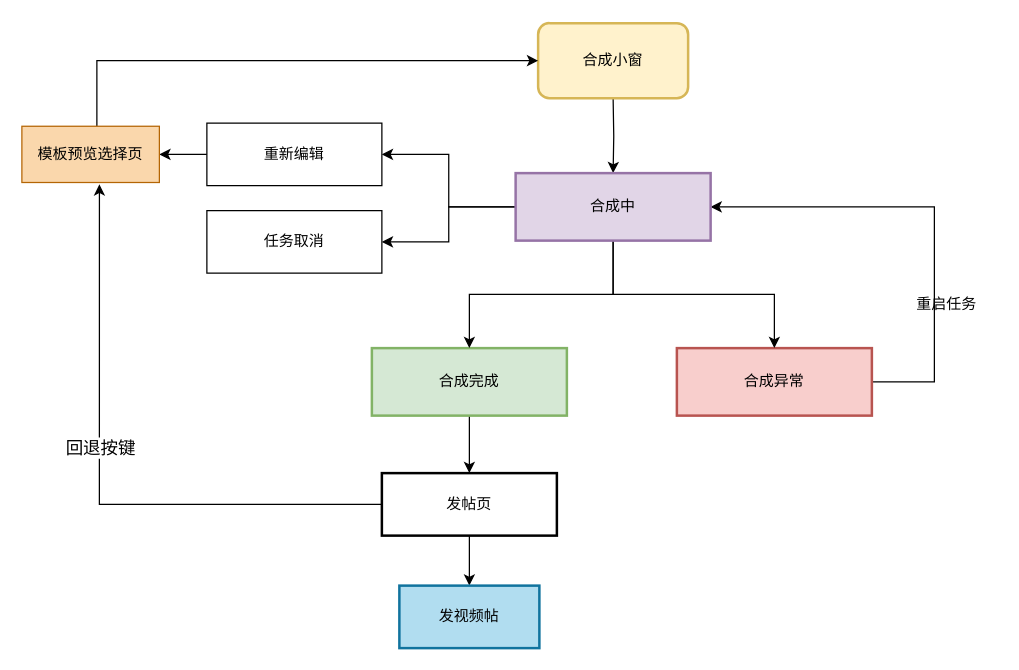
The draw.io diagram 合成小窗.drawio in Qdecember/drawIO, before the edit. Source tidied: cells renumbered, new cells numbered last; positions are measured from the earlier drawing's top-left corner, leaving out a move shared by most shapes. Both pictures are drawn from the tidied source at 125%, with x=0, y=0 at pixel (21, 22).
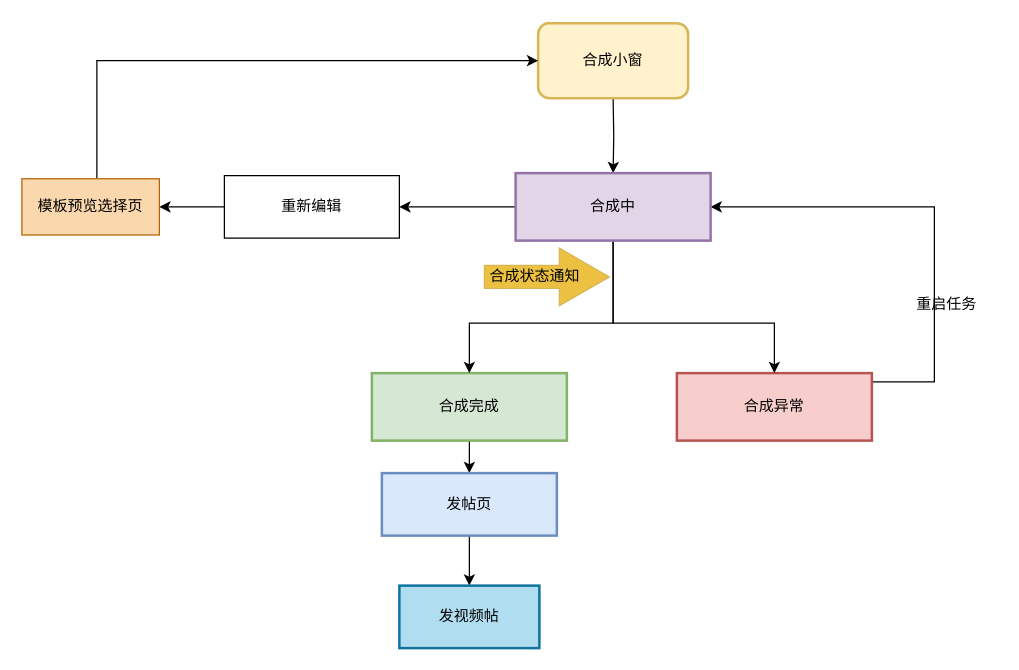
After the change.

Commit message:
更新合成小窗.drawio

The change refers to these unchanged cells:
```xml
<mxCell id="13" value="合成中" style="whiteSpace=wrap;strokeWidth=2;fillColor=#e1d5e7;strokeColor=#9673a6;" parent="1" vertex="1">
  <mxGeometry x="395" y="120" width="156" height="54" as="geometry" />
</mxCell>
```

The edit, as a diff of the source:
```diff
@@
     <mxCell id="4" value="合成异常" style="whiteSpace=wrap;strokeWidth=2;fillColor=#f8cecc;strokeColor=#b85450;" parent="1" vertex="1">
-      <mxGeometry x="524" y="260" width="156" height="54" as="geometry" />
+      <mxGeometry x="524" y="280" width="156" height="54" as="geometry" />
     </mxCell>
@@
     <mxCell id="6" value="合成完成" style="whiteSpace=wrap;strokeWidth=2;fillColor=#d5e8d4;strokeColor=#82b366;" parent="1" vertex="1">
-      <mxGeometry x="280" y="260" width="156" height="54" as="geometry" />
+      <mxGeometry x="280" y="280" width="156" height="54" as="geometry" />
     </mxCell>
@@
-    <mxCell id="8" value="发帖页" style="whiteSpace=wrap;strokeWidth=2;" parent="1" vertex="1">
+    <mxCell id="8" value="发帖页" style="whiteSpace=wrap;strokeWidth=2;fillColor=#dae8fc;strokeColor=#6c8ebf;" parent="1" vertex="1">
       <mxGeometry x="288" y="360" width="140" height="50" as="geometry" />
     </mxCell>
     <mxCell id="9" style="edgeStyle=orthogonalEdgeStyle;rounded=0;jettySize=auto;html=1;entryX=0.5;entryY=0;entryDx=0;entryDy=0;" parent="1" edge="1" source="13" target="6">
-      <mxGeometry relative="1" as="geometry" />
+      <mxGeometry relative="1" as="geometry">
+        <Array as="points">
+          <mxPoint x="473" y="240" />
+          <mxPoint x="358" y="240" />
+        </Array>
+      </mxGeometry>
     </mxCell>
     <mxCell id="10" style="edgeStyle=orthogonalEdgeStyle;rounded=0;jettySize=auto;html=1;" parent="1" edge="1" source="13" target="4">
-      <mxGeometry relative="1" as="geometry" />
+      <mxGeometry relative="1" as="geometry">
+        <Array as="points">
+          <mxPoint x="473" y="240" />
+          <mxPoint x="602" y="240" />
+        </Array>
+      </mxGeometry>
     </mxCell>
@@
-    <mxCell id="12" style="edgeStyle=orthogonalEdgeStyle;rounded=0;jettySize=auto;html=1;entryX=1;entryY=0.5;entryDx=0;entryDy=0;" parent="1" edge="1" source="13" target="17">
-      <mxGeometry relative="1" as="geometry" />
-    </mxCell>
@@
     <mxCell id="16" value="重新编辑" style="rounded=0;whiteSpace=wrap;html=1;" parent="1" vertex="1">
-      <mxGeometry x="148" y="80" width="140" height="50" as="geometry" />
+      <mxGeometry x="162" y="122" width="140" height="50" as="geometry" />
     </mxCell>
-    <mxCell id="17" value="任务取消" style="rounded=0;whiteSpace=wrap;html=1;" parent="1" vertex="1">
-      <mxGeometry x="148" y="150" width="140" height="50" as="geometry" />
-    </mxCell>
@@
     <mxCell id="20" value="模板预览选择页" style="rounded=0;whiteSpace=wrap;html=1;fillColor=#fad7ac;strokeColor=#b46504;" parent="1" vertex="1">
-      <mxGeometry y="82.5" width="110" height="45" as="geometry" />
+      <mxGeometry y="124.5" width="110" height="45" as="geometry" />
     </mxCell>
@@
-    <mxCell id="22" style="edgeStyle=orthogonalEdgeStyle;rounded=0;jettySize=auto;html=1;entryX=0.564;entryY=1.033;entryDx=0;entryDy=0;entryPerimeter=0;" parent="1" edge="1" source="8" target="20">
-      <mxGeometry relative="1" as="geometry" />
-    </mxCell>
-    <mxCell id="23" value="&lt;font style=&quot;font-size: 14px;&quot;&gt;回退按键&lt;/font&gt;" style="edgeLabel;html=1;align=center;verticalAlign=middle;" parent="22" vertex="1">
-      <mxGeometry x="0.13" relative="1" as="geometry" />
-    </mxCell>
+    <mxCell id="24" style="html=1;shadow=0;dashed=0;align=center;verticalAlign=middle;shape=mxgraph.arrows2.arrow;dy=0.6;dx=40;notch=0;fillColor=light-dark(#ecc141, #281d00);strokeColor=#d6b656;" parent="1" vertex="1">
+      <mxGeometry x="370" y="180" width="100" height="46" as="geometry" />
+    </mxCell>
+    <mxCell id="25" value="合成状态通知" style="text;html=1;align=center;verticalAlign=middle;strokeColor=none;fillColor=none;" parent="1" vertex="1">
+      <mxGeometry x="360" y="188" width="100" height="30" as="geometry" />
+    </mxCell>
```
